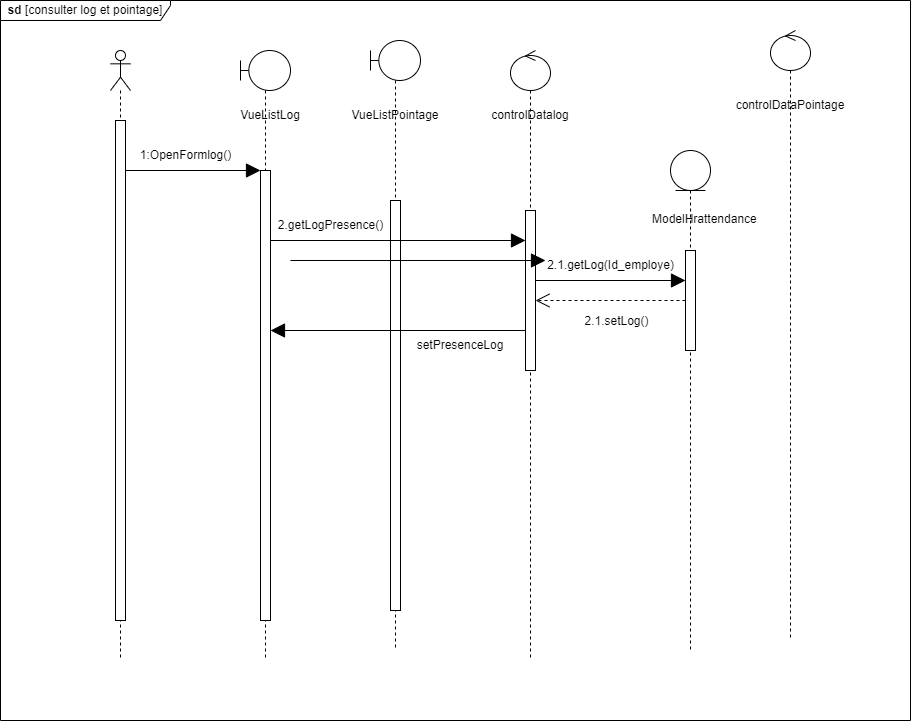
The draw.io diagram static/Diagramme des séquences conceptuel  log et pointage .drawio.png in Siluearsene/borne_biometrique, before a commit. Source tidied: cells renumbered, new cells last; positions are measured from the earlier drawing's top-left corner, leaving out a move shared by most shapes.
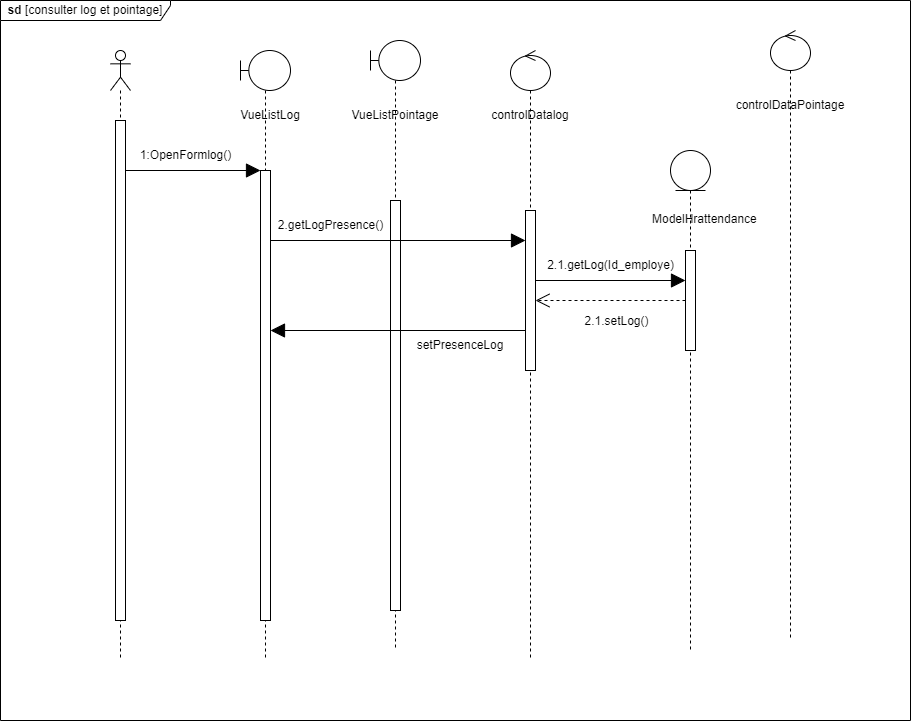
Above is the later version.

Commit message:
Mettre à jour Diagramme des séquences conceptuel  log et pointage .drawio.png

Change to the diagram source:
```diff
@@ -92,12 +92,6 @@
     <mxCell id="27" value="setPresenceLog" style="text;html=1;strokeColor=none;fillColor=none;align=center;verticalAlign=middle;whiteSpace=wrap;rounded=0;" parent="1" vertex="1">
       <mxGeometry x="430" y="330" width="60" height="30" as="geometry" />
     </mxCell>
-    <mxCell id="28" style="endArrow=block;endFill=1;endSize=12;html=1;rounded=0;" parent="1" edge="1">
-      <mxGeometry relative="1" as="geometry">
-        <mxPoint x="290" y="260" as="sourcePoint" />
-        <mxPoint x="545" y="260" as="targetPoint" />
-      </mxGeometry>
-    </mxCell>
     <mxCell id="29" value="&lt;div style=&quot;text-align: center;&quot;&gt;&lt;span style=&quot;background-color: initial;&quot;&gt;ModelHrattendance&lt;/span&gt;&lt;/div&gt;" style="text;whiteSpace=wrap;html=1;" parent="1" vertex="1">
       <mxGeometry x="650" y="205" width="100" height="25" as="geometry" />
     </mxCell>
```
